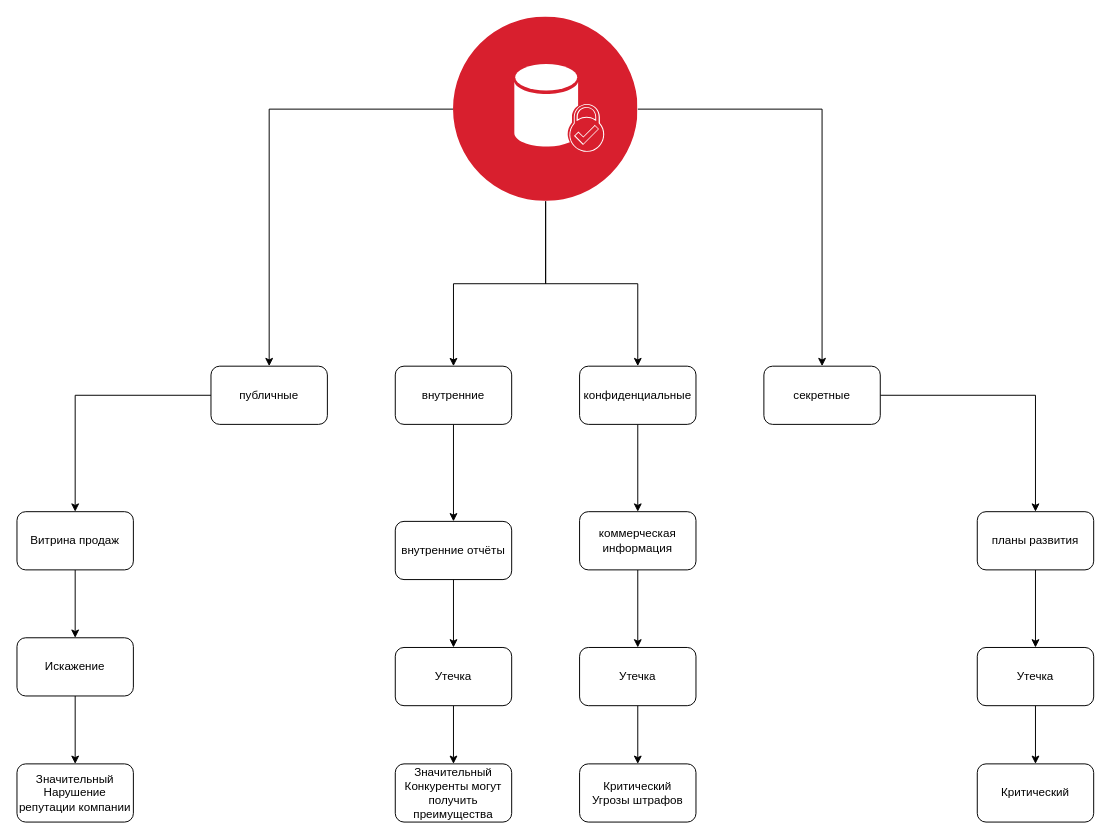
The draw.io diagram Exc1/mindmap.drawio in shdwIsaac/architecture-sprint-7, before the edit. Source tidied: cells renumbered, new cells numbered last; positions are measured from the earlier drawing's top-left corner, leaving out a move shared by most shapes. Both pictures are drawn from the tidied source at 97%, with x=0, y=0 at pixel (16, 16).
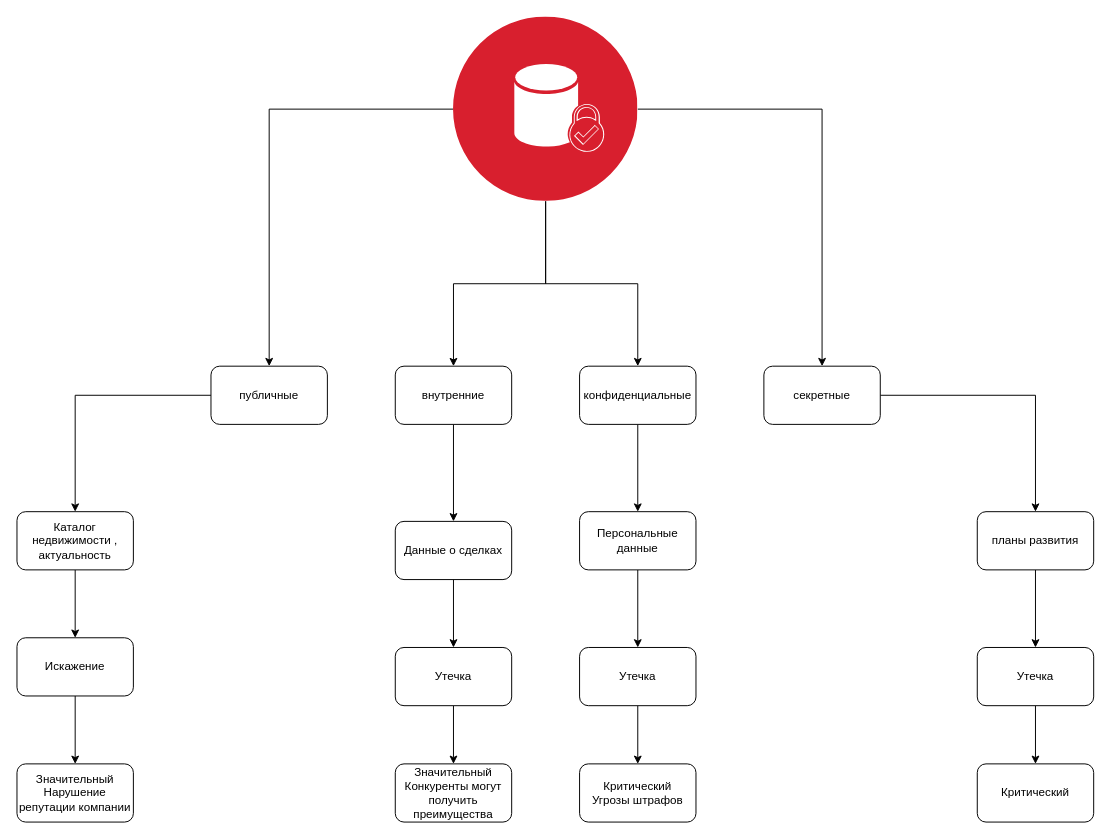
After the change.

Change to the diagram source:
```diff
@@
-    <mxCell id="16" value="Витрина продаж" style="rounded=1;whiteSpace=wrap;html=1;" parent="1" vertex="1">
+    <mxCell id="16" value="Каталог недвижимости , актуальность" style="rounded=1;whiteSpace=wrap;html=1;" parent="1" vertex="1">
       <mxGeometry y="510" width="120" height="60" as="geometry" />
     </mxCell>
@@
-    <mxCell id="18" value="внутренние отчёты" style="rounded=1;whiteSpace=wrap;html=1;" parent="1" vertex="1">
+    <mxCell id="18" value="Данные о сделках" style="rounded=1;whiteSpace=wrap;html=1;" parent="1" vertex="1">
       <mxGeometry x="390" y="520" width="120" height="60" as="geometry" />
     </mxCell>
@@
-    <mxCell id="20" value="коммерческая информация" style="rounded=1;whiteSpace=wrap;html=1;" parent="1" vertex="1">
+    <mxCell id="20" value="Персональные данные" style="rounded=1;whiteSpace=wrap;html=1;" parent="1" vertex="1">
       <mxGeometry x="580" y="510" width="120" height="60" as="geometry" />
     </mxCell>
```
